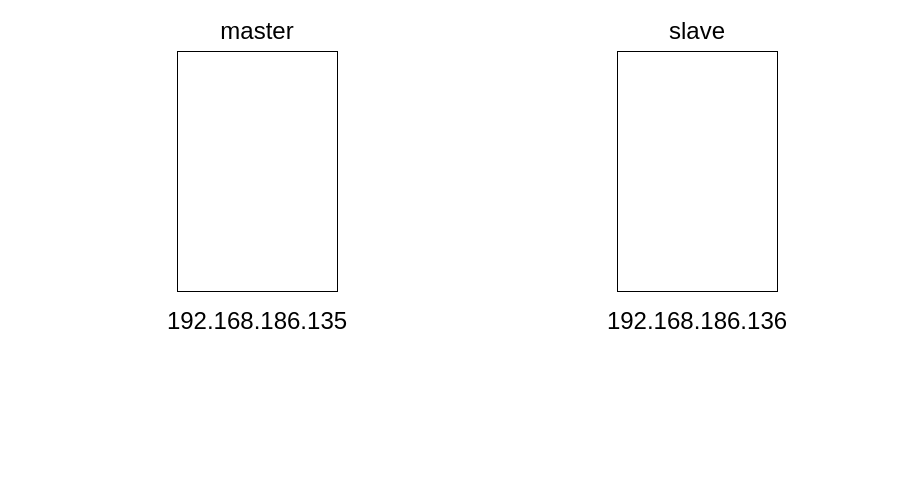
The draw.io diagram Untitled Diagram.drawio in wupei-w/diagrams, before the edit. Source tidied: cells renumbered, new cells numbered last; positions are measured from the earlier drawing's top-left corner, leaving out a move shared by most shapes. Both pictures are drawn from the tidied source at 100%, with x=0, y=0 at pixel (177, 21).
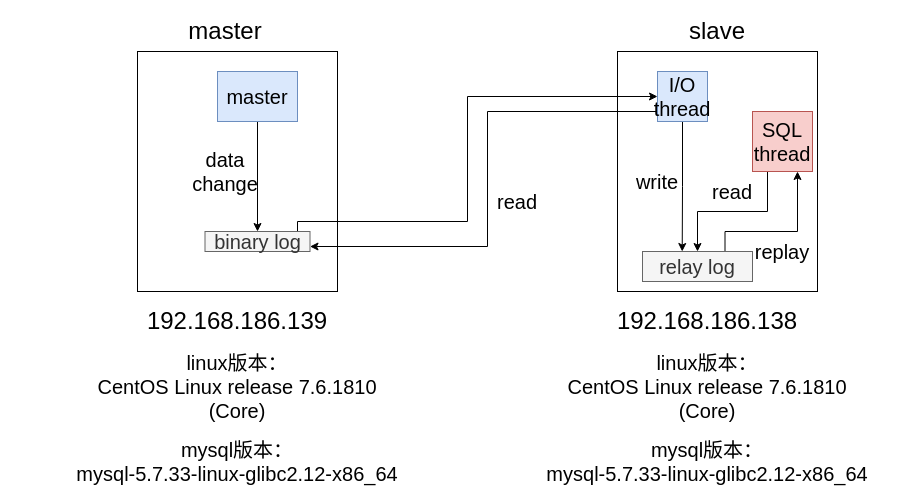
The same page after the edit.

Diff of the diagram source:
```diff
@@
     <mxCell id="2" style="rounded=0;whiteSpace=wrap;html=1;" parent="1" vertex="1">
-      <mxGeometry y="30" width="160" height="240" as="geometry" />
+      <mxGeometry x="-40" y="30" width="200" height="240" as="geometry" />
     </mxCell>
     <mxCell id="3" style="rounded=0;whiteSpace=wrap;html=1;" parent="1" vertex="1">
-      <mxGeometry x="440" y="30" width="160" height="240" as="geometry" />
+      <mxGeometry x="440" y="30" width="200" height="240" as="geometry" />
     </mxCell>
     <mxCell id="4" value="master" style="text;html=1;strokeColor=none;fillColor=none;align=center;verticalAlign=middle;whiteSpace=wrap;rounded=0;fontSize=24;" parent="1" vertex="1">
-      <mxGeometry x="50" width="60" height="20" as="geometry" />
+      <mxGeometry x="17.5" width="60" height="20" as="geometry" />
     </mxCell>
     <mxCell id="5" value="slave" style="text;html=1;strokeColor=none;fillColor=none;align=center;verticalAlign=middle;whiteSpace=wrap;rounded=0;fontSize=24;" parent="1" vertex="1">
-      <mxGeometry x="490" width="60" height="20" as="geometry" />
+      <mxGeometry x="510" width="60" height="20" as="geometry" />
     </mxCell>
-    <mxCell id="6" value="192.168.186.135" style="text;html=1;strokeColor=none;fillColor=none;align=center;verticalAlign=middle;whiteSpace=wrap;rounded=0;fontSize=24;" parent="1" vertex="1">
-      <mxGeometry x="60" y="290" width="40" height="20" as="geometry" />
+    <mxCell id="6" value="192.168.186.139" style="text;html=1;strokeColor=none;fillColor=none;align=center;verticalAlign=middle;whiteSpace=wrap;rounded=0;fontSize=24;" parent="1" vertex="1">
+      <mxGeometry x="40" y="290" width="40" height="20" as="geometry" />
     </mxCell>
-    <mxCell id="7" value="192.168.186.136" style="text;html=1;strokeColor=none;fillColor=none;align=center;verticalAlign=middle;whiteSpace=wrap;rounded=0;fontSize=24;" parent="1" vertex="1">
-      <mxGeometry x="500" y="290" width="40" height="20" as="geometry" />
+    <mxCell id="7" value="192.168.186.138" style="text;html=1;strokeColor=none;fillColor=none;align=center;verticalAlign=middle;whiteSpace=wrap;rounded=0;fontSize=24;" parent="1" vertex="1">
+      <mxGeometry x="510" y="290" width="40" height="20" as="geometry" />
     </mxCell>
+    <mxCell id="8" value="&lt;div&gt;linux版本：&lt;/div&gt;&lt;div&gt;CentOS Linux release 7.6.1810 (Core) &lt;/div&gt;" style="text;html=1;strokeColor=none;fillColor=none;align=center;verticalAlign=middle;whiteSpace=wrap;rounded=0;fontSize=20;" parent="1" vertex="1">
+      <mxGeometry x="-110" y="355" width="340" height="20" as="geometry" />
+    </mxCell>
+    <mxCell id="9" value="&lt;div&gt;mysql版本：&lt;/div&gt;&lt;div&gt;mysql-5.7.33-linux-glibc2.12-x86_64&lt;/div&gt;" style="text;html=1;strokeColor=none;fillColor=none;align=center;verticalAlign=middle;whiteSpace=wrap;rounded=0;fontSize=20;" parent="1" vertex="1">
+      <mxGeometry x="-160" y="430" width="440" height="20" as="geometry" />
+    </mxCell>
+    <mxCell id="10" value="&lt;div&gt;linux版本：&lt;/div&gt;&lt;div&gt;CentOS Linux release 7.6.1810 (Core) &lt;/div&gt;" style="text;html=1;strokeColor=none;fillColor=none;align=center;verticalAlign=middle;whiteSpace=wrap;rounded=0;fontSize=20;" parent="1" vertex="1">
+      <mxGeometry x="360" y="355" width="340" height="20" as="geometry" />
+    </mxCell>
+    <mxCell id="11" value="&lt;div&gt;mysql版本：&lt;/div&gt;&lt;div&gt;mysql-5.7.33-linux-glibc2.12-x86_64&lt;/div&gt;" style="text;whiteSpace=wrap;html=1;fontSize=20;align=center;" parent="1" vertex="1">
+      <mxGeometry x="355" y="410" width="350" height="40" as="geometry" />
+    </mxCell>
+    <mxCell id="12" style="edgeStyle=orthogonalEdgeStyle;rounded=0;jettySize=auto;html=1;exitX=1;exitY=0.5;exitDx=0;exitDy=0;fontSize=20;entryX=0;entryY=0.5;entryDx=0;entryDy=0;" parent="1" edge="1" source="13" target="19">
+      <mxGeometry relative="1" as="geometry">
+        <Array as="points">
+          <mxPoint x="120" y="220" />
+          <mxPoint x="120" y="200" />
+          <mxPoint x="290" y="200" />
+          <mxPoint x="290" y="75" />
+        </Array>
+      </mxGeometry>
+    </mxCell>
+    <mxCell id="13" value="binary log" style="text;html=1;strokeColor=#666666;fillColor=#f5f5f5;align=center;verticalAlign=middle;whiteSpace=wrap;rounded=0;fontSize=20;fontColor=#333333;" parent="1" vertex="1">
+      <mxGeometry x="27.5" y="210" width="105" height="20" as="geometry" />
+    </mxCell>
+    <mxCell id="14" style="edgeStyle=orthogonalEdgeStyle;rounded=0;jettySize=auto;html=1;exitX=0.5;exitY=1;exitDx=0;exitDy=0;entryX=0.5;entryY=0;entryDx=0;entryDy=0;fontSize=20;" parent="1" edge="1" source="15" target="13">
+      <mxGeometry relative="1" as="geometry" />
+    </mxCell>
+    <mxCell id="15" value="master" style="rounded=0;whiteSpace=wrap;html=1;fontSize=20;align=center;fillColor=#dae8fc;strokeColor=#6c8ebf;" parent="1" vertex="1">
+      <mxGeometry x="40" y="50" width="80" height="50" as="geometry" />
+    </mxCell>
+    <mxCell id="16" value="data change" style="text;html=1;strokeColor=none;fillColor=none;align=center;verticalAlign=middle;whiteSpace=wrap;rounded=0;fontSize=20;" parent="1" vertex="1">
+      <mxGeometry x="27.5" y="140" width="40" height="20" as="geometry" />
+    </mxCell>
+    <mxCell id="17" style="edgeStyle=orthogonalEdgeStyle;rounded=0;jettySize=auto;html=1;exitX=0;exitY=0.75;exitDx=0;exitDy=0;entryX=1;entryY=0.75;entryDx=0;entryDy=0;fontSize=20;" parent="1" edge="1" source="19" target="13">
+      <mxGeometry relative="1" as="geometry">
+        <Array as="points">
+          <mxPoint x="480" y="90" />
+          <mxPoint x="310" y="90" />
+          <mxPoint x="310" y="225" />
+        </Array>
+      </mxGeometry>
+    </mxCell>
+    <mxCell id="18" style="edgeStyle=orthogonalEdgeStyle;rounded=0;jettySize=auto;html=1;exitX=0.5;exitY=1;exitDx=0;exitDy=0;entryX=0.361;entryY=0;entryDx=0;entryDy=0;entryPerimeter=0;fontSize=20;" parent="1" edge="1" source="19" target="22">
+      <mxGeometry relative="1" as="geometry" />
+    </mxCell>
+    <mxCell id="19" value="I/O thread" style="rounded=0;whiteSpace=wrap;html=1;fontSize=20;align=center;fillColor=#dae8fc;strokeColor=#6c8ebf;" parent="1" vertex="1">
+      <mxGeometry x="480" y="50" width="50" height="50" as="geometry" />
+    </mxCell>
+    <mxCell id="20" value="read" style="text;html=1;strokeColor=none;fillColor=none;align=center;verticalAlign=middle;whiteSpace=wrap;rounded=0;fontSize=20;" parent="1" vertex="1">
+      <mxGeometry x="320" y="170" width="40" height="20" as="geometry" />
+    </mxCell>
+    <mxCell id="21" style="edgeStyle=orthogonalEdgeStyle;rounded=0;jettySize=auto;html=1;exitX=0.75;exitY=0;exitDx=0;exitDy=0;entryX=0.9;entryY=0.5;entryDx=0;entryDy=0;entryPerimeter=0;fontSize=20;" parent="1" edge="1" source="22" target="3">
+      <mxGeometry relative="1" as="geometry">
+        <Array as="points">
+          <mxPoint x="547" y="210" />
+          <mxPoint x="620" y="210" />
+        </Array>
+      </mxGeometry>
+    </mxCell>
+    <mxCell id="22" value="relay log" style="rounded=0;whiteSpace=wrap;html=1;fontSize=20;align=center;fillColor=#f5f5f5;strokeColor=#666666;fontColor=#333333;" parent="1" vertex="1">
+      <mxGeometry x="465" y="230" width="110" height="30" as="geometry" />
+    </mxCell>
+    <mxCell id="23" value="write" style="text;html=1;strokeColor=none;fillColor=none;align=center;verticalAlign=middle;whiteSpace=wrap;rounded=0;fontSize=20;" parent="1" vertex="1">
+      <mxGeometry x="460" y="150" width="40" height="20" as="geometry" />
+    </mxCell>
+    <mxCell id="24" style="edgeStyle=orthogonalEdgeStyle;rounded=0;jettySize=auto;html=1;exitX=0.25;exitY=1;exitDx=0;exitDy=0;fontSize=20;" parent="1" edge="1" source="25" target="22">
+      <mxGeometry relative="1" as="geometry" />
+    </mxCell>
+    <mxCell id="25" value="SQL thread" style="rounded=0;whiteSpace=wrap;html=1;fontSize=20;align=center;fillColor=#f8cecc;strokeColor=#b85450;" parent="1" vertex="1">
+      <mxGeometry x="575" y="90" width="60" height="60" as="geometry" />
+    </mxCell>
+    <mxCell id="26" value="read" style="text;html=1;strokeColor=none;fillColor=none;align=center;verticalAlign=middle;whiteSpace=wrap;rounded=0;fontSize=20;" parent="1" vertex="1">
+      <mxGeometry x="535" y="160" width="40" height="20" as="geometry" />
+    </mxCell>
+    <mxCell id="27" value="replay" style="text;html=1;strokeColor=none;fillColor=none;align=center;verticalAlign=middle;whiteSpace=wrap;rounded=0;fontSize=20;" parent="1" vertex="1">
+      <mxGeometry x="580" y="220" width="50" height="20" as="geometry" />
+    </mxCell>
```
